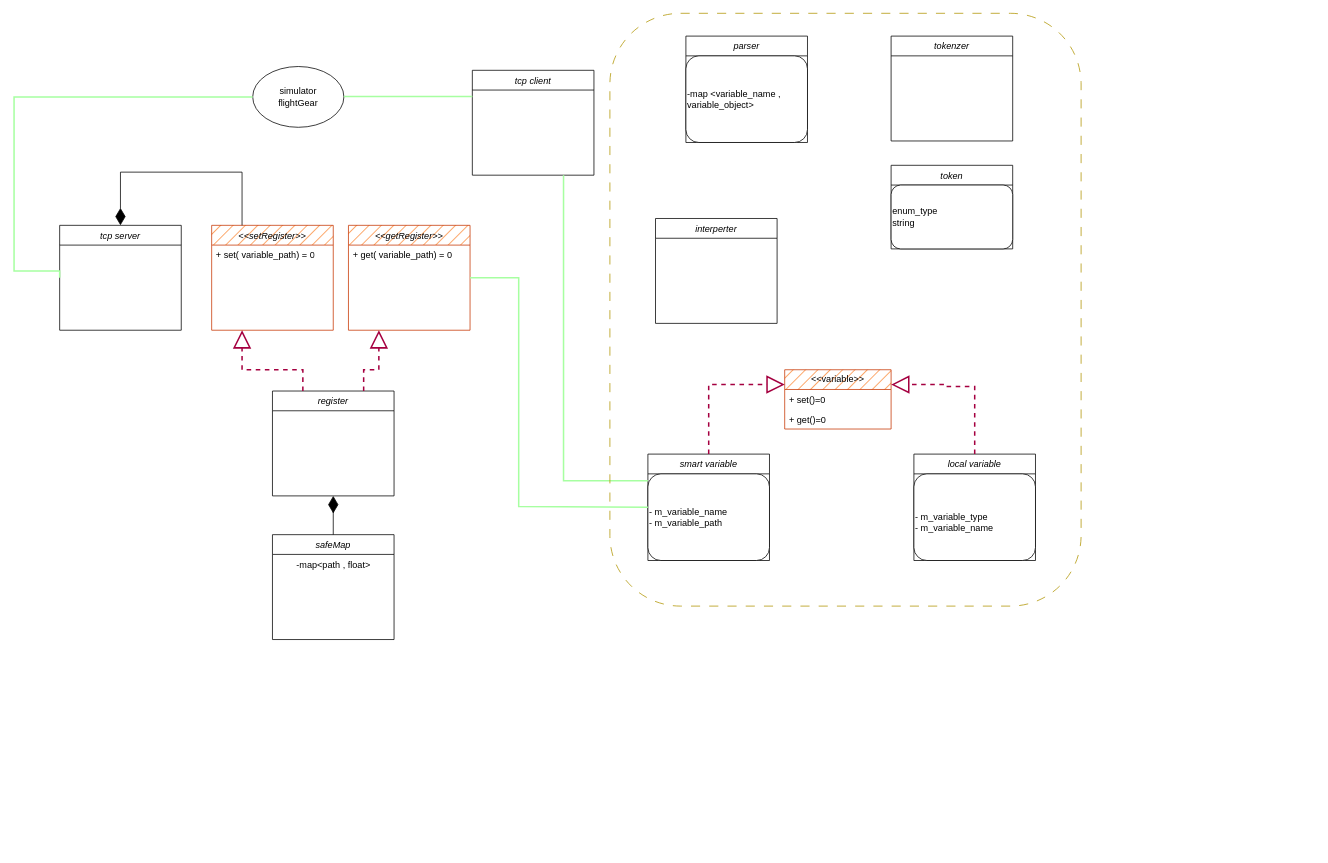
Before: UAV_Diagram.drawio in dudi-w/flight-simulator-interpreter, a draw.io diagram. Source tidied: cells renumbered, new cells numbered last; positions are measured from the earlier drawing's top-left corner, leaving out a move shared by most shapes. Both pictures are drawn from the tidied source at 76%, with x=0, y=0 at pixel (14, 13).
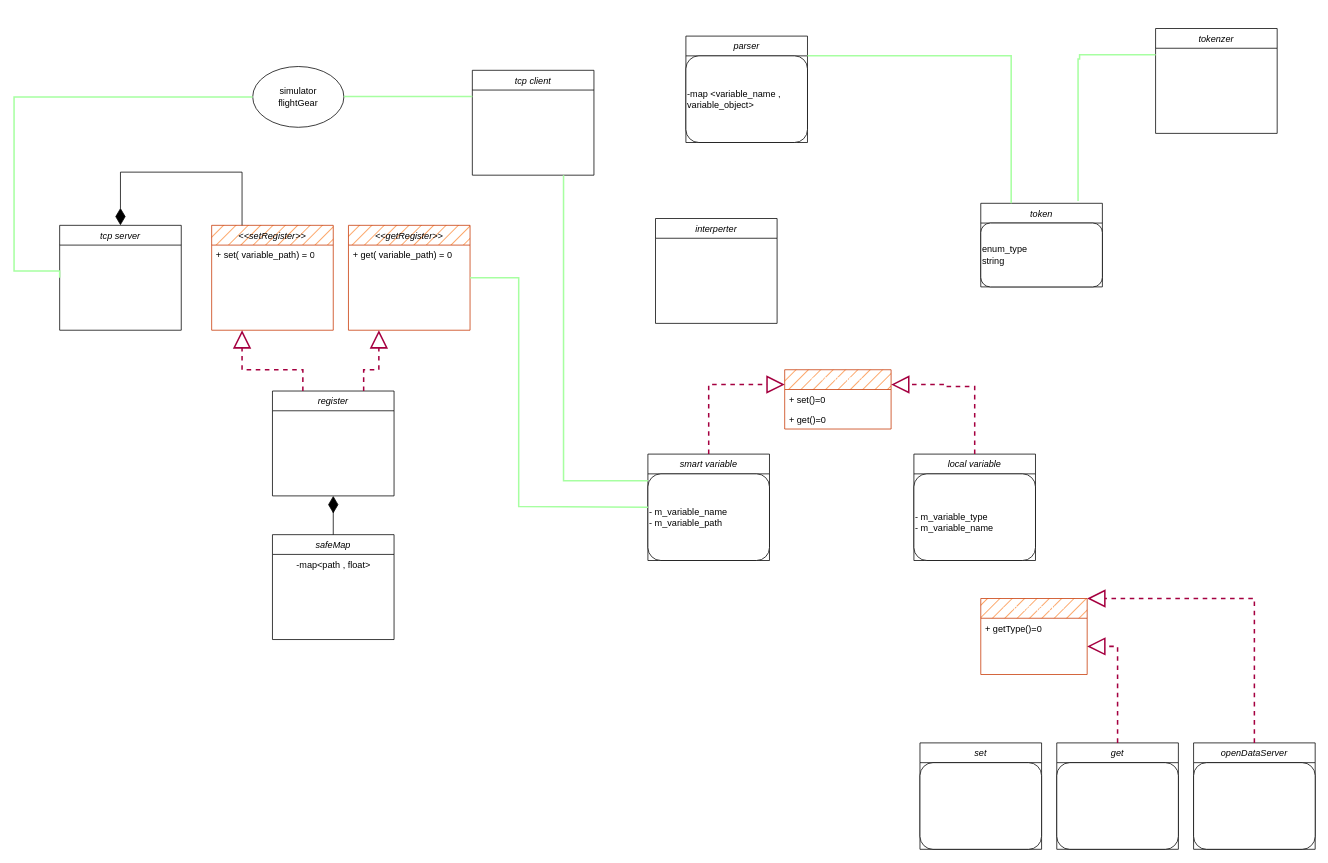
The same diagram, later.

Commit message:
new command interface

Unchanged cells that the change refers to:
```xml
<mxCell id="32" value="-map &amp;lt;variable_name , variable_object&amp;gt;" style="rounded=1;whiteSpace=wrap;html=1;align=left;" parent="31" vertex="1">
  <mxGeometry y="26" width="160" height="114" as="geometry" />
</mxCell>
```

The edit, as a diff of the source:
```diff
@@
     <mxCell id="19" value="tokenzer" style="swimlane;fontStyle=2;align=center;verticalAlign=top;horizontal=1;startSize=26;rounded=0;shadow=0;strokeWidth=1;" parent="1" vertex="1">
-      <mxGeometry x="1154" y="30" width="160" height="138" as="geometry" />
+      <mxGeometry x="1502" y="20" width="160" height="138" as="geometry" />
     </mxCell>
@@
-    <mxCell id="22" value="&amp;lt;&amp;lt;variable&amp;gt;&amp;gt;" style="swimlane;fontStyle=0;horizontal=1;startSize=26;fillColor=#fa6800;whiteSpace=wrap;html=1;fontColor=#000000;strokeColor=#C73500;fillStyle=hatch;" parent="1" vertex="1">
+    <mxCell id="22" value="&lt;font color=&quot;#ffffff&quot;&gt;&amp;lt;&amp;lt;variable&amp;gt;&amp;gt;&lt;/font&gt;" style="swimlane;fontStyle=0;horizontal=1;startSize=26;fillColor=#fa6800;whiteSpace=wrap;html=1;fontColor=#000000;strokeColor=#C73500;fillStyle=hatch;" parent="1" vertex="1">
       <mxGeometry x="1014" y="469" width="140" height="78" as="geometry" />
     </mxCell>
@@
     <mxCell id="33" value="token" style="swimlane;fontStyle=2;align=center;verticalAlign=top;horizontal=1;startSize=26;rounded=0;shadow=0;strokeWidth=1;" parent="1" vertex="1">
-      <mxGeometry x="1154" y="200" width="160" height="110" as="geometry" />
+      <mxGeometry x="1272" y="250" width="160" height="110" as="geometry" />
     </mxCell>
@@
-    <mxCell id="35" style="rounded=1;whiteSpace=wrap;html=1;fillColor=none;dashed=1;dashPattern=12 12;fontColor=#000000;strokeColor=#B09500;" parent="1" vertex="1">
-      <mxGeometry x="784" width="620" height="780" as="geometry" />
-    </mxCell>
+    <mxCell id="36" style="edgeStyle=orthogonalEdgeStyle;rounded=0;jettySize=auto;html=1;labelBackgroundColor=default;strokeColor=#A7FFA1;fontFamily=Helvetica;fontSize=11;fontColor=default;endArrow=none;endFill=0;endSize=20;fillColor=#008a00;targetPerimeterSpacing=19;startSize=17;strokeWidth=2;entryX=0.8;entryY=-0.027;entryDx=0;entryDy=0;exitX=0;exitY=0.25;exitDx=0;exitDy=0;entryPerimeter=0;" parent="1" edge="1" source="19" target="33">
+      <mxGeometry relative="1" as="geometry">
+        <Array as="points">
+          <mxPoint x="1402" y="55" />
+          <mxPoint x="1402" y="60" />
+          <mxPoint x="1400" y="60" />
+        </Array>
+      </mxGeometry>
+    </mxCell>
+    <mxCell id="37" style="edgeStyle=orthogonalEdgeStyle;rounded=0;jettySize=auto;html=1;labelBackgroundColor=default;strokeColor=#A7FFA1;fontFamily=Helvetica;fontSize=11;fontColor=default;endArrow=none;endFill=0;endSize=20;fillColor=#008a00;targetPerimeterSpacing=19;startSize=17;strokeWidth=2;entryX=1;entryY=0;entryDx=0;entryDy=0;exitX=0.25;exitY=0;exitDx=0;exitDy=0;" parent="1" edge="1" source="33" target="32">
+      <mxGeometry relative="1" as="geometry">
+        <Array as="points">
+          <mxPoint x="1312" y="56" />
+        </Array>
+      </mxGeometry>
+    </mxCell>
+    <mxCell id="38" value="&lt;font color=&quot;#ffffff&quot;&gt;&amp;lt;&amp;lt;command&amp;gt;&amp;gt;&lt;/font&gt;" style="swimlane;fontStyle=0;horizontal=1;startSize=26;fillColor=#fa6800;whiteSpace=wrap;html=1;fontColor=#000000;strokeColor=#C73500;fillStyle=hatch;" parent="1" vertex="1">
+      <mxGeometry x="1272" y="770" width="140" height="100" as="geometry" />
+    </mxCell>
+    <mxCell id="39" value="+ getType()=0" style="text;strokeColor=none;fillColor=none;align=left;verticalAlign=top;spacingLeft=4;spacingRight=4;overflow=hidden;points=[[0,0.5],[1,0.5]];portConstraint=eastwest;whiteSpace=wrap;html=1;" parent="38" vertex="1">
+      <mxGeometry y="26" width="140" height="74" as="geometry" />
+    </mxCell>
+    <mxCell id="40" value="set" style="swimlane;fontStyle=2;align=center;verticalAlign=top;horizontal=1;startSize=26;rounded=0;shadow=0;strokeWidth=1;" parent="1" vertex="1">
+      <mxGeometry x="1192" y="960" width="160" height="140" as="geometry" />
+    </mxCell>
+    <mxCell id="41" style="rounded=1;whiteSpace=wrap;html=1;align=left;" parent="40" vertex="1">
+      <mxGeometry y="26" width="160" height="114" as="geometry" />
+    </mxCell>
+    <mxCell id="42" value="get" style="swimlane;fontStyle=2;align=center;verticalAlign=top;horizontal=1;startSize=26;rounded=0;shadow=0;strokeWidth=1;" parent="1" vertex="1">
+      <mxGeometry x="1372" y="960" width="160" height="140" as="geometry" />
+    </mxCell>
+    <mxCell id="43" style="rounded=1;whiteSpace=wrap;html=1;align=left;" parent="42" vertex="1">
+      <mxGeometry y="26" width="160" height="114" as="geometry" />
+    </mxCell>
+    <mxCell id="44" style="edgeStyle=orthogonalEdgeStyle;html=1;labelBackgroundColor=none;startFill=0;endArrow=block;endFill=0;endSize=19;fontFamily=Verdana;fontSize=10;dashed=1;startSize=9;fillColor=#d80073;strokeColor=#A50040;rounded=0;fontColor=default;shape=connector;strokeWidth=2;exitX=0.5;exitY=0;exitDx=0;exitDy=0;" parent="1" edge="1" source="42" target="39">
+      <mxGeometry relative="1" as="geometry">
+        <Array as="points">
+          <mxPoint x="1452" y="833" />
+        </Array>
+      </mxGeometry>
+    </mxCell>
+    <mxCell id="45" value="openDataServer" style="swimlane;fontStyle=2;align=center;verticalAlign=top;horizontal=1;startSize=26;rounded=0;shadow=0;strokeWidth=1;" parent="1" vertex="1">
+      <mxGeometry x="1552" y="960" width="160" height="140" as="geometry" />
+    </mxCell>
+    <mxCell id="46" style="rounded=1;whiteSpace=wrap;html=1;align=left;" parent="45" vertex="1">
+      <mxGeometry y="26" width="160" height="114" as="geometry" />
+    </mxCell>
+    <mxCell id="47" style="edgeStyle=orthogonalEdgeStyle;html=1;labelBackgroundColor=none;startFill=0;endArrow=block;endFill=0;endSize=19;fontFamily=Verdana;fontSize=10;dashed=1;startSize=9;fillColor=#d80073;strokeColor=#A50040;rounded=0;fontColor=default;shape=connector;strokeWidth=2;exitX=0.5;exitY=0;exitDx=0;exitDy=0;entryX=1;entryY=0;entryDx=0;entryDy=0;" parent="1" edge="1" source="45" target="38">
+      <mxGeometry relative="1" as="geometry">
+        <Array as="points">
+          <mxPoint x="1632" y="770" />
+        </Array>
+      </mxGeometry>
+    </mxCell>
```
